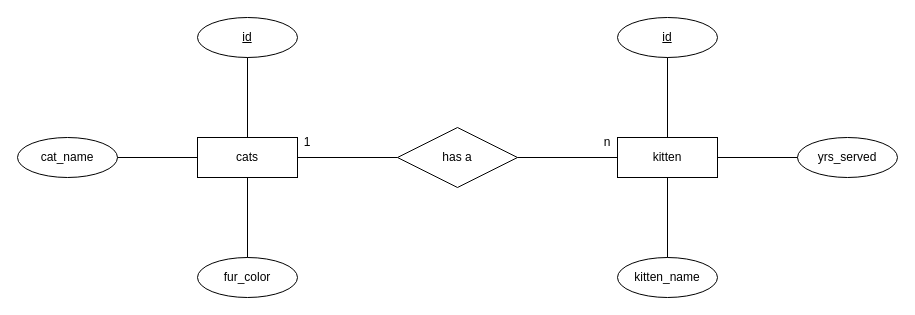
Before: kardinalitaet_1_n/01_1-n.drawio in Mirges/02_DB_models, a draw.io diagram. Source tidied: cells renumbered, new cells numbered last; positions are measured from the earlier drawing's top-left corner, leaving out a move shared by most shapes. Both pictures are drawn from the tidied source at 100%, with x=0, y=0 at pixel (17, 17).
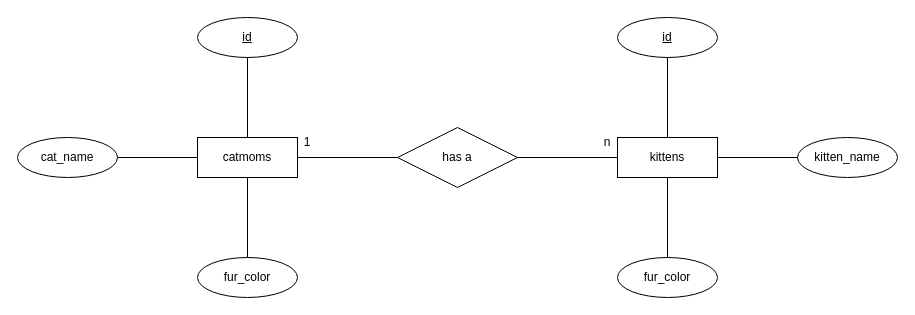
After the change.

Diff of the diagram source:
```diff
@@
-    <mxCell id="2" value="cats" style="whiteSpace=wrap;html=1;align=center;" parent="1" vertex="1">
+    <mxCell id="2" value="catmoms" style="whiteSpace=wrap;html=1;align=center;" parent="1" vertex="1">
       <mxGeometry x="180" y="120" width="100" height="40" as="geometry" />
     </mxCell>
@@
-    <mxCell id="9" value="kitten" style="whiteSpace=wrap;html=1;align=center;" parent="1" vertex="1">
+    <mxCell id="9" value="kittens" style="whiteSpace=wrap;html=1;align=center;" parent="1" vertex="1">
       <mxGeometry x="600" y="120" width="100" height="40" as="geometry" />
     </mxCell>
@@
-    <mxCell id="11" value="yrs_served" style="ellipse;whiteSpace=wrap;html=1;align=center;" parent="1" vertex="1">
+    <mxCell id="11" value="kitten_name" style="ellipse;whiteSpace=wrap;html=1;align=center;" parent="1" vertex="1">
       <mxGeometry x="780" y="120" width="100" height="40" as="geometry" />
     </mxCell>
-    <mxCell id="12" value="kitten_name" style="ellipse;whiteSpace=wrap;html=1;align=center;" parent="1" vertex="1">
+    <mxCell id="12" value="fur_color" style="ellipse;whiteSpace=wrap;html=1;align=center;" parent="1" vertex="1">
       <mxGeometry x="600" y="240" width="100" height="40" as="geometry" />
     </mxCell>
```
